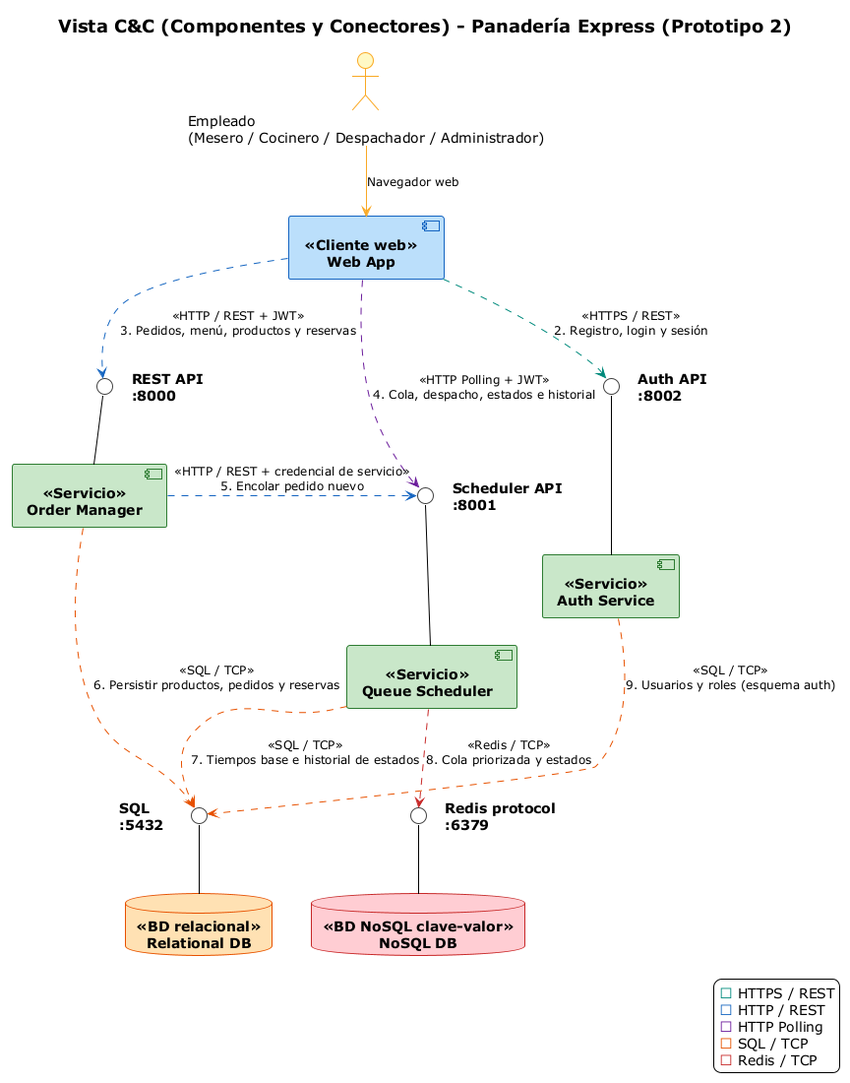
Before: g3-H-PanTech/docs/Vista CyC P2.png, a diagram exported from PlantUML (unal-sw-arch/swarch-2026ii).
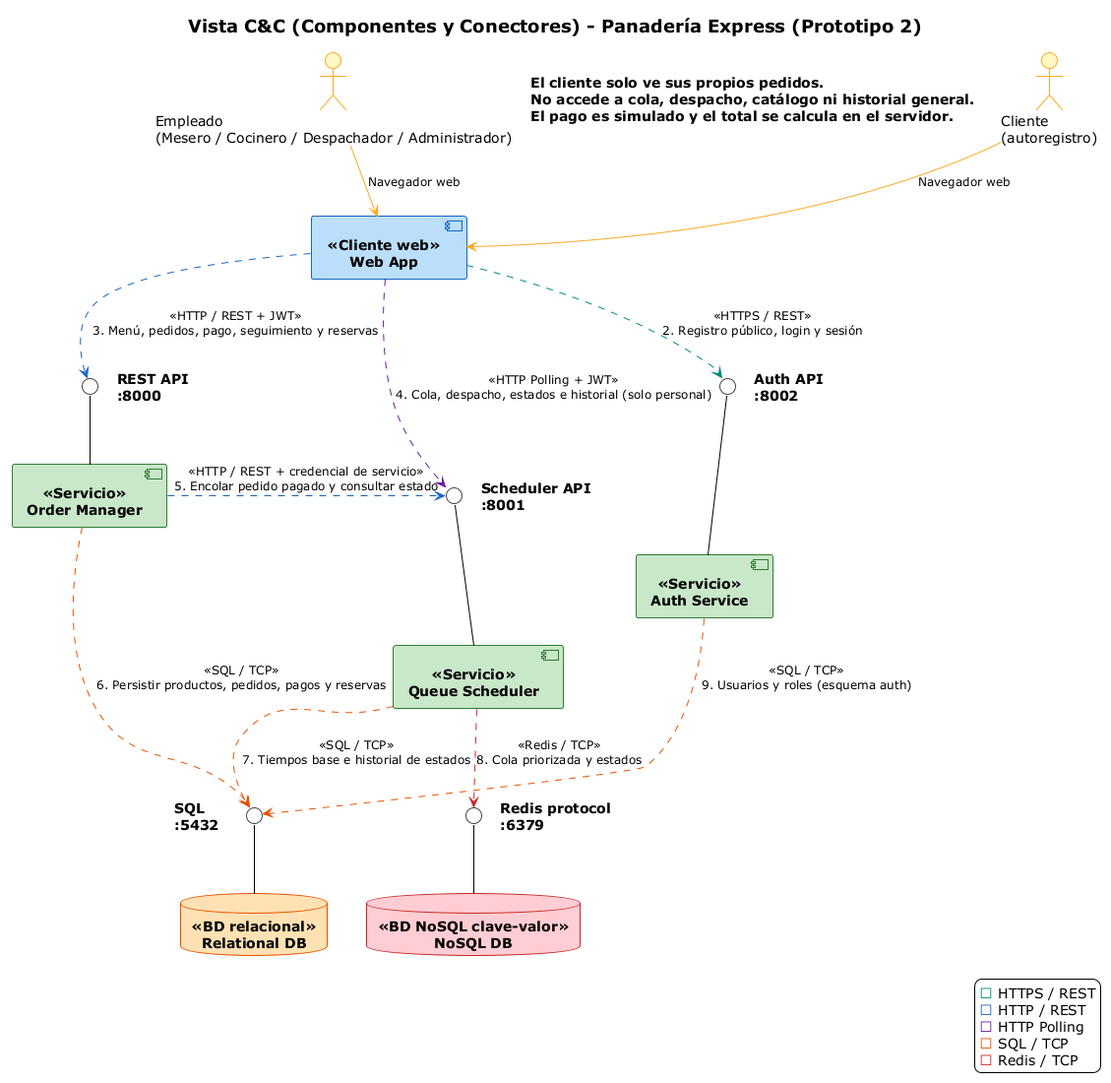
Above is the later version.

Change to the diagram source:
```diff
@@ -40,6 +40,7 @@
 
 title Vista C&C (Componentes y Conectores) - Panadería Express (Prototipo 2)
 
+actor "Cliente\n(autoregistro)" as Cliente
 actor "Empleado\n(Mesero / Cocinero / Despachador / Administrador)" as Empleado
 
 component "Web App" as Frontend <<Cliente web>>
@@ -87,16 +88,23 @@
 NSQL -[hidden]right- ISQL
 IRedis -[hidden]right- NRedis
 
+Cliente -[#F9A825]down-> Frontend : Navegador web
 Empleado -[#F9A825]down-> Frontend : Navegador web
 
-Frontend .[#1565C0]down.> IOrder : <<HTTP / REST + JWT>>\n3. Pedidos, menú, productos y reservas
-Frontend .[#6A1B9A]down.> ISched : <<HTTP Polling + JWT>>\n4. Cola, despacho, estados e historial
-Frontend .[#00897B]down.> IAuth : <<HTTPS / REST>>\n2. Registro, login y sesión
-Order .[#1565C0]right.> ISched : <<HTTP / REST + credencial de servicio>>\n5. Encolar pedido nuevo
-Order .[#E65100]down.> ISQL : <<SQL / TCP>>\n6. Persistir productos, pedidos y reservas
+Frontend .[#1565C0]down.> IOrder : <<HTTP / REST + JWT>>\n3. Menú, pedidos, pago, seguimiento y reservas
+Frontend .[#6A1B9A]down.> ISched : <<HTTP Polling + JWT>>\n4. Cola, despacho, estados e historial (solo personal)
+Frontend .[#00897B]down.> IAuth : <<HTTPS / REST>>\n2. Registro público, login y sesión
+Order .[#1565C0]right.> ISched : <<HTTP / REST + credencial de servicio>>\n5. Encolar pedido pagado y consultar estado
+Order .[#E65100]down.> ISQL : <<SQL / TCP>>\n6. Persistir productos, pedidos, pagos y reservas
 Scheduler .[#E65100]down.> ISQL : <<SQL / TCP>>\n7. Tiempos base e historial de estados
 Scheduler .[#C62828]down.> IRedis : <<Redis / TCP>>\n8. Cola priorizada y estados
 Auth .[#E65100]down.> ISQL : <<SQL / TCP>>\n9. Usuarios y roles (esquema auth)
+
+note left of Cliente
+  El cliente solo ve sus propios pedidos.
+  No accede a cola, despacho, catálogo ni historial general.
+  El pago es simulado y el total se calcula en el servidor.
+end note
 
 legend right
   <color:#00897B>■</color> HTTPS / REST
```
